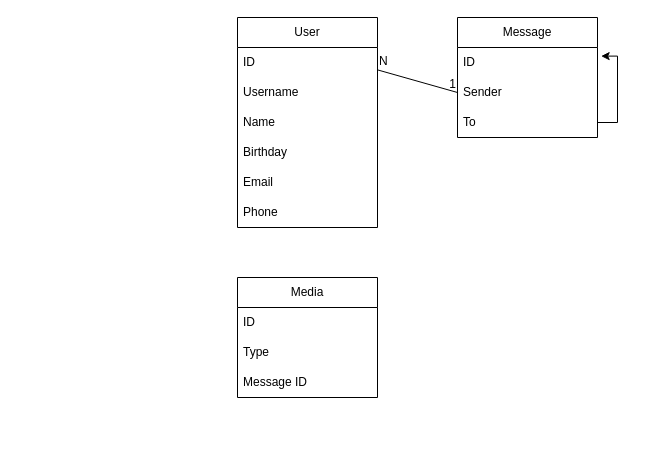
anh0701/penguin keeps this draw.io diagram as docs/diagram.drawio. Above is the earlier version. Source tidied: cells renumbered, new cells numbered last; positions are measured from the earlier drawing's top-left corner, leaving out a move shared by most shapes. Both pictures are drawn from the tidied source at 100%, with x=0, y=0 at pixel (237, 17).
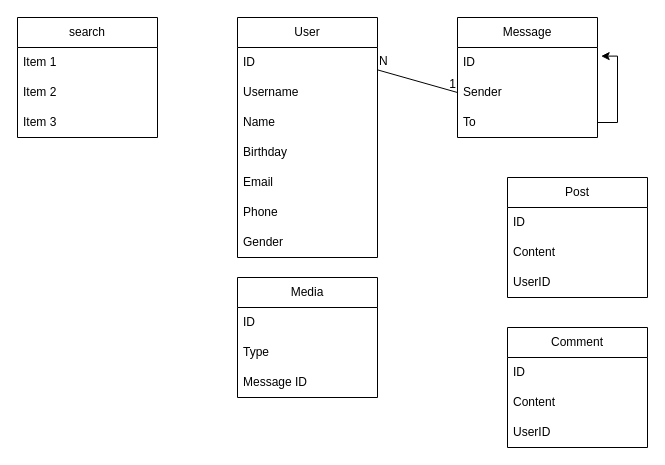
The same diagram, later.

Diff of the diagram source:
```diff
@@
     <mxCell id="2" value="User" style="swimlane;fontStyle=0;horizontal=1;startSize=30;whiteSpace=wrap;html=1;" parent="1" vertex="1">
-      <mxGeometry width="140" height="210" as="geometry" />
+      <mxGeometry width="140" height="240" as="geometry" />
     </mxCell>
@@
+    <mxCell id="21" value="Gender" style="text;strokeColor=none;fillColor=none;align=left;verticalAlign=middle;spacingLeft=4;spacingRight=4;overflow=hidden;whiteSpace=wrap;html=1;" parent="2" vertex="1">
+      <mxGeometry y="210" width="140" height="30" as="geometry" />
+    </mxCell>
@@
+    <mxCell id="22" value="Post" style="swimlane;fontStyle=0;horizontal=1;startSize=30;whiteSpace=wrap;html=1;" parent="1" vertex="1">
+      <mxGeometry x="270" y="160" width="140" height="120" as="geometry" />
+    </mxCell>
+    <mxCell id="23" value="ID" style="text;strokeColor=none;fillColor=none;align=left;verticalAlign=middle;spacingLeft=4;spacingRight=4;overflow=hidden;whiteSpace=wrap;html=1;" parent="22" vertex="1">
+      <mxGeometry y="30" width="140" height="30" as="geometry" />
+    </mxCell>
+    <mxCell id="24" value="Content" style="text;strokeColor=none;fillColor=none;align=left;verticalAlign=middle;spacingLeft=4;spacingRight=4;overflow=hidden;whiteSpace=wrap;html=1;" parent="22" vertex="1">
+      <mxGeometry y="60" width="140" height="30" as="geometry" />
+    </mxCell>
+    <mxCell id="25" value="UserID" style="text;strokeColor=none;fillColor=none;align=left;verticalAlign=middle;spacingLeft=4;spacingRight=4;overflow=hidden;whiteSpace=wrap;html=1;" parent="22" vertex="1">
+      <mxGeometry y="90" width="140" height="30" as="geometry" />
+    </mxCell>
+    <mxCell id="26" value="Comment" style="swimlane;fontStyle=0;horizontal=1;startSize=30;whiteSpace=wrap;html=1;" parent="1" vertex="1">
+      <mxGeometry x="270" y="310" width="140" height="120" as="geometry" />
+    </mxCell>
+    <mxCell id="27" value="ID" style="text;strokeColor=none;fillColor=none;align=left;verticalAlign=middle;spacingLeft=4;spacingRight=4;overflow=hidden;whiteSpace=wrap;html=1;" parent="26" vertex="1">
+      <mxGeometry y="30" width="140" height="30" as="geometry" />
+    </mxCell>
+    <mxCell id="28" value="Content" style="text;strokeColor=none;fillColor=none;align=left;verticalAlign=middle;spacingLeft=4;spacingRight=4;overflow=hidden;whiteSpace=wrap;html=1;" parent="26" vertex="1">
+      <mxGeometry y="60" width="140" height="30" as="geometry" />
+    </mxCell>
+    <mxCell id="29" value="UserID" style="text;strokeColor=none;fillColor=none;align=left;verticalAlign=middle;spacingLeft=4;spacingRight=4;overflow=hidden;whiteSpace=wrap;html=1;" parent="26" vertex="1">
+      <mxGeometry y="90" width="140" height="30" as="geometry" />
+    </mxCell>
+    <mxCell id="30" value="search" style="swimlane;fontStyle=0;horizontal=1;startSize=30;whiteSpace=wrap;html=1;" parent="1" vertex="1">
+      <mxGeometry x="-220" width="140" height="120" as="geometry" />
+    </mxCell>
+    <mxCell id="31" value="Item 1" style="text;strokeColor=none;fillColor=none;align=left;verticalAlign=middle;spacingLeft=4;spacingRight=4;overflow=hidden;whiteSpace=wrap;html=1;" parent="30" vertex="1">
+      <mxGeometry y="30" width="140" height="30" as="geometry" />
+    </mxCell>
+    <mxCell id="32" value="Item 2" style="text;strokeColor=none;fillColor=none;align=left;verticalAlign=middle;spacingLeft=4;spacingRight=4;overflow=hidden;whiteSpace=wrap;html=1;" parent="30" vertex="1">
+      <mxGeometry y="60" width="140" height="30" as="geometry" />
+    </mxCell>
+    <mxCell id="33" value="Item 3" style="text;strokeColor=none;fillColor=none;align=left;verticalAlign=middle;spacingLeft=4;spacingRight=4;overflow=hidden;whiteSpace=wrap;html=1;" parent="30" vertex="1">
+      <mxGeometry y="90" width="140" height="30" as="geometry" />
+    </mxCell>
```
